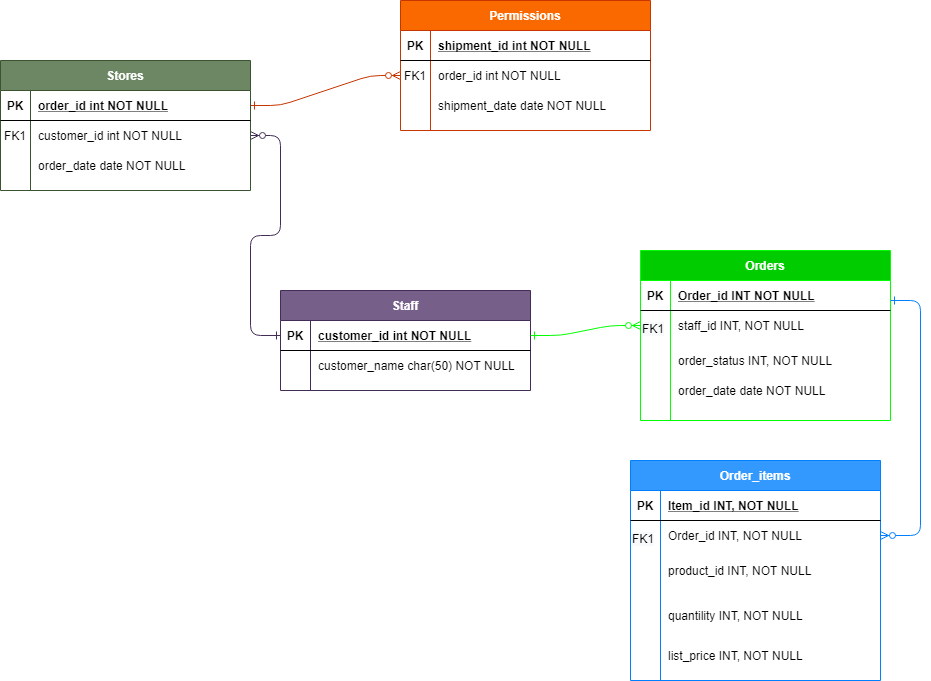
The draw.io diagram RestaSoft Diagram.png in RestaSoft/ERM-RestaSoft, before a commit. Source tidied: cells renumbered, new cells last; positions are measured from the earlier drawing's top-left corner, leaving out a move shared by most shapes.
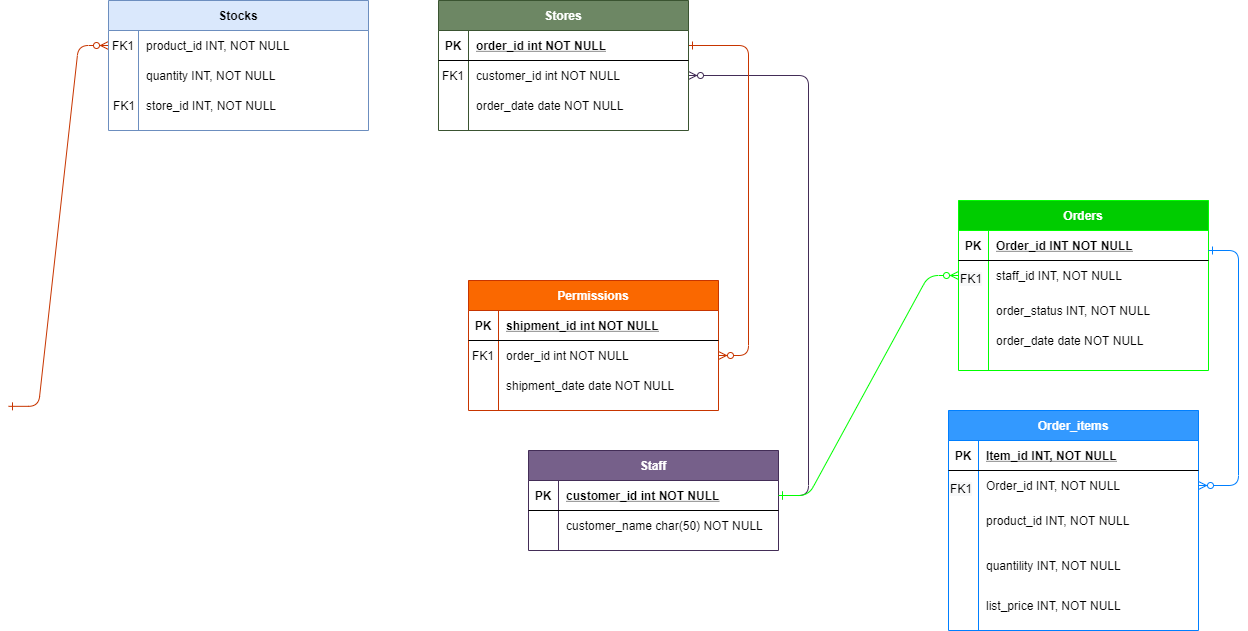
After the change.

What changed in the source:
```diff
@@ -9,7 +9,7 @@
       <mxGeometry relative="1" as="geometry" />
     </mxCell>
     <mxCell id="4" value="Stores" style="shape=table;startSize=30;rowLines=0;fontStyle=1;align=center;fillColor=#6d8764;strokeColor=#3A5431;fontColor=#ffffff;" parent="1" vertex="1">
-      <mxGeometry y="60" width="250" height="130" as="geometry" />
+      <mxGeometry x="120" y="50" width="250" height="130" as="geometry" />
     </mxCell>
     <mxCell id="5" style="shape=partialRectangle;fillColor=none;points=[[0,0.5],[1,0.5]];portConstraint=eastwest;top=0;left=0;right=0;bottom=1;" parent="4" vertex="1">
       <mxGeometry y="30" width="250" height="30" as="geometry" />
@@ -39,7 +39,7 @@
       <mxGeometry x="30" width="220" height="30" as="geometry" />
     </mxCell>
     <mxCell id="14" value="Permissions" style="shape=table;startSize=30;rowLines=0;fontStyle=1;align=center;fillColor=#fa6800;strokeColor=#C73500;fontColor=#ffffff;" parent="1" vertex="1">
-      <mxGeometry x="400" width="250" height="130" as="geometry" />
+      <mxGeometry x="150" y="330" width="250" height="130" as="geometry" />
     </mxCell>
     <mxCell id="15" style="shape=partialRectangle;fillColor=none;top=0;left=0;right=0;bottom=1;" parent="14" vertex="1">
       <mxGeometry y="30" width="250" height="30" as="geometry" />
@@ -69,7 +69,7 @@
       <mxGeometry x="30" width="220" height="30" as="geometry" />
     </mxCell>
     <mxCell id="24" value="Staff" style="shape=table;startSize=30;rowLines=0;fontStyle=1;align=center;fillColor=#76608a;strokeColor=#432D57;fontColor=#ffffff;" parent="1" vertex="1">
-      <mxGeometry x="280" y="290" width="250" height="100" as="geometry" />
+      <mxGeometry x="210" y="500" width="250" height="100" as="geometry" />
     </mxCell>
     <mxCell id="25" style="shape=partialRectangle;fillColor=none;points=[[0,0.5],[1,0.5]];portConstraint=eastwest;top=0;left=0;right=0;bottom=1;" parent="24" vertex="1">
       <mxGeometry y="30" width="250" height="30" as="geometry" />
@@ -190,5 +190,43 @@
         <mxPoint x="890" y="300" as="sourcePoint" />
       </mxGeometry>
     </mxCell>
+    <mxCell id="64" style="edgeStyle=entityRelationEdgeStyle;endArrow=ERzeroToMany;startArrow=ERone;endFill=1;startFill=0;fillColor=#fa6800;strokeColor=#C73500;exitX=1.004;exitY=-0.139;exitDx=0;exitDy=0;exitPerimeter=0;" parent="1" edge="1" target="67">
+      <mxGeometry relative="1" as="geometry">
+        <mxPoint x="-310" y="455.8" as="sourcePoint" />
+      </mxGeometry>
+    </mxCell>
+    <mxCell id="65" style="group;" parent="1" vertex="1">
+      <mxGeometry x="-210" y="50" width="261" height="130" as="geometry" />
+    </mxCell>
+    <mxCell id="66" value="Stocks" style="shape=table;startSize=30;rowLines=0;fontStyle=1;align=center;fillColor=#dae8fc;strokeColor=#6c8ebf;" parent="65" vertex="1">
+      <mxGeometry width="260" height="130" as="geometry" />
+    </mxCell>
+    <mxCell id="67" style="shape=partialRectangle;fillColor=none;points=[[0,0.5],[1,0.5]];portConstraint=eastwest;top=0;left=0;right=0;bottom=0;" parent="66" vertex="1">
+      <mxGeometry y="30" width="260" height="30" as="geometry" />
+    </mxCell>
+    <mxCell id="68" value="FK1" style="shape=partialRectangle;overflow=hidden;fillColor=none;top=0;left=0;bottom=0;right=0;" parent="67" vertex="1">
+      <mxGeometry width="30" height="30" as="geometry" />
+    </mxCell>
+    <mxCell id="69" value="product_id INT, NOT NULL" style="shape=partialRectangle;overflow=hidden;fillColor=none;top=0;left=0;bottom=0;right=0;align=left;spacingLeft=6;" parent="67" vertex="1">
+      <mxGeometry x="30" width="230" height="30" as="geometry" />
+    </mxCell>
+    <mxCell id="70" style="shape=partialRectangle;fillColor=none;top=0;left=0;right=0;bottom=0;" parent="66" vertex="1">
+      <mxGeometry y="60" width="260" height="30" as="geometry" />
+    </mxCell>
+    <mxCell id="71" style="shape=partialRectangle;overflow=hidden;fillColor=none;top=0;left=0;bottom=0;right=0;" parent="70" vertex="1">
+      <mxGeometry width="30" height="30" as="geometry" />
+    </mxCell>
+    <mxCell id="72" style="shape=partialRectangle;overflow=hidden;fillColor=none;top=0;left=0;bottom=0;right=0;align=left;spacingLeft=6;" parent="70" vertex="1">
+      <mxGeometry x="30" width="230" height="30" as="geometry" />
+    </mxCell>
+    <mxCell id="73" value="store_id INT, NOT NULL" style="shape=partialRectangle;overflow=hidden;fillColor=none;top=0;left=0;bottom=0;right=0;align=left;spacingLeft=6;" parent="65" vertex="1">
+      <mxGeometry x="30" y="90" width="230" height="30" as="geometry" />
+    </mxCell>
+    <mxCell id="74" value="FK1" style="shape=partialRectangle;overflow=hidden;fillColor=none;top=0;left=0;bottom=0;right=0;" parent="65" vertex="1">
+      <mxGeometry x="1" y="90" width="30" height="30" as="geometry" />
+    </mxCell>
+    <mxCell id="75" value="quantity INT, NOT NULL" style="shape=partialRectangle;overflow=hidden;fillColor=none;top=0;left=0;bottom=0;right=0;align=left;spacingLeft=6;" parent="65" vertex="1">
+      <mxGeometry x="30" y="60" width="230" height="30" as="geometry" />
+    </mxCell>
   </root>
 </mxGraphModel>
```
